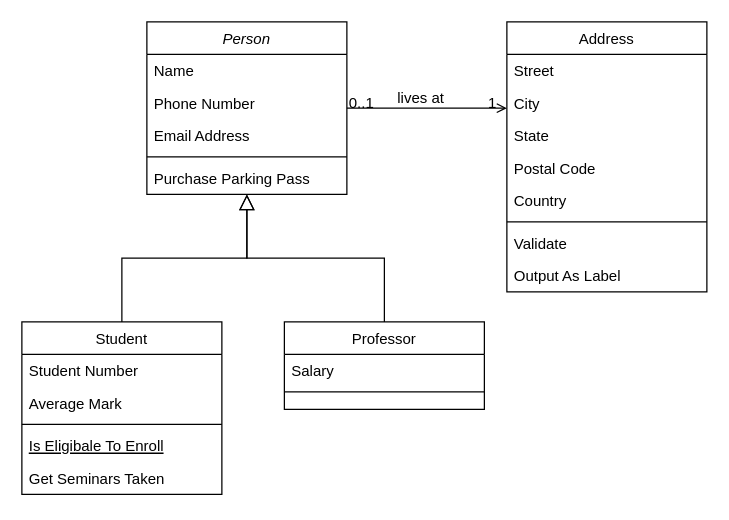
ScarboroughCoral/Draw.io.Storage keeps this draw.io diagram as 毕设-类图.drawio. Above is the earlier version. Source tidied: cells renumbered, new cells numbered last; positions are measured from the earlier drawing's top-left corner, leaving out a move shared by most shapes. Both pictures are drawn from the tidied source at 125%, with x=0, y=0 at pixel (21, 21).
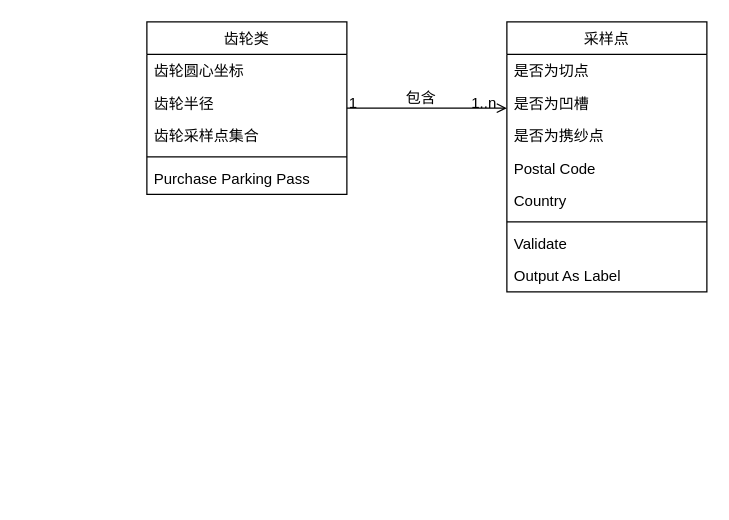
Above is the later version.

The change refers to these unchanged cells:
```xml
<mxCell id="28" style="endArrow=open;shadow=0;strokeWidth=1;strokeColor=#000000;rounded=0;endFill=1;edgeStyle=elbowEdgeStyle;elbow=vertical;" parent="1" edge="1" source="2" target="19">
  <mxGeometry x="0.5" y="41" relative="1" as="geometry">
    <mxPoint x="-40" y="32" as="offset" />
  </mxGeometry>
</mxCell>
```

Diff of the diagram source:
```diff
@@
-    <mxCell id="2" value="Person" style="swimlane;fontStyle=2;align=center;verticalAlign=top;horizontal=1;startSize=26;rounded=0;shadow=0;strokeWidth=1;" parent="1" vertex="1">
+    <mxCell id="2" value="齿轮类" style="swimlane;fontStyle=0;align=center;verticalAlign=top;horizontal=1;startSize=26;rounded=0;shadow=0;strokeWidth=1;" parent="1" vertex="1">
       <mxGeometry x="100" width="160" height="138" as="geometry" />
     </mxCell>
-    <mxCell id="3" value="Name" style="text;align=left;verticalAlign=top;spacingLeft=4;spacingRight=4;overflow=hidden;" parent="2" vertex="1">
+    <mxCell id="3" value="齿轮圆心坐标" style="text;align=left;verticalAlign=top;spacingLeft=4;spacingRight=4;overflow=hidden;" parent="2" vertex="1">
       <mxGeometry y="26" width="160" height="26" as="geometry" />
     </mxCell>
-    <mxCell id="4" value="Phone Number" style="text;align=left;verticalAlign=top;spacingLeft=4;spacingRight=4;overflow=hidden;rounded=0;shadow=0;html=0;" parent="2" vertex="1">
+    <mxCell id="4" value="齿轮半径" style="text;align=left;verticalAlign=top;spacingLeft=4;spacingRight=4;overflow=hidden;rounded=0;shadow=0;html=0;" parent="2" vertex="1">
       <mxGeometry y="52" width="160" height="26" as="geometry" />
     </mxCell>
-    <mxCell id="5" value="Email Address" style="text;align=left;verticalAlign=top;spacingLeft=4;spacingRight=4;overflow=hidden;rounded=0;shadow=0;html=0;" parent="2" vertex="1">
+    <mxCell id="5" value="齿轮采样点集合" style="text;align=left;verticalAlign=top;spacingLeft=4;spacingRight=4;overflow=hidden;rounded=0;shadow=0;html=0;" parent="2" vertex="1">
       <mxGeometry y="78" width="160" height="26" as="geometry" />
     </mxCell>
@@
-    <mxCell id="8" value="Student" style="swimlane;fontStyle=0;align=center;verticalAlign=top;horizontal=1;startSize=26;rounded=0;shadow=0;strokeWidth=1;" parent="1" vertex="1">
-      <mxGeometry y="240" width="160" height="138" as="geometry" />
-    </mxCell>
-    <mxCell id="9" value="Student Number" style="text;align=left;verticalAlign=top;spacingLeft=4;spacingRight=4;overflow=hidden;" parent="8" vertex="1">
-      <mxGeometry y="26" width="160" height="26" as="geometry" />
-    </mxCell>
-    <mxCell id="10" value="Average Mark" style="text;align=left;verticalAlign=top;spacingLeft=4;spacingRight=4;overflow=hidden;rounded=0;shadow=0;html=0;" parent="8" vertex="1">
-      <mxGeometry y="52" width="160" height="26" as="geometry" />
-    </mxCell>
-    <mxCell id="11" style="line;html=1;strokeWidth=1;align=left;verticalAlign=middle;spacingTop=-1;spacingLeft=3;spacingRight=3;labelPosition=right;" parent="8" vertex="1">
-      <mxGeometry y="78" width="160" height="8" as="geometry" />
-    </mxCell>
-    <mxCell id="12" value="Is Eligibale To Enroll" style="text;align=left;verticalAlign=top;spacingLeft=4;spacingRight=4;overflow=hidden;fontStyle=4;" parent="8" vertex="1">
-      <mxGeometry y="86" width="160" height="26" as="geometry" />
-    </mxCell>
-    <mxCell id="13" value="Get Seminars Taken" style="text;align=left;verticalAlign=top;spacingLeft=4;spacingRight=4;overflow=hidden;" parent="8" vertex="1">
-      <mxGeometry y="112" width="160" height="26" as="geometry" />
-    </mxCell>
-    <mxCell id="14" style="endArrow=block;endSize=10;endFill=0;shadow=0;strokeWidth=1;rounded=0;edgeStyle=elbowEdgeStyle;elbow=vertical;" parent="1" edge="1" source="8" target="2">
-      <mxGeometry relative="1" as="geometry" />
-    </mxCell>
-    <mxCell id="15" value="Professor" style="swimlane;fontStyle=0;align=center;verticalAlign=top;horizontal=1;startSize=26;rounded=0;shadow=0;strokeWidth=1;" parent="1" vertex="1">
-      <mxGeometry x="210" y="240" width="160" height="70" as="geometry" />
-    </mxCell>
-    <mxCell id="16" value="Salary" style="text;align=left;verticalAlign=top;spacingLeft=4;spacingRight=4;overflow=hidden;" parent="15" vertex="1">
-      <mxGeometry y="26" width="160" height="26" as="geometry" />
-    </mxCell>
-    <mxCell id="17" style="line;html=1;strokeWidth=1;align=left;verticalAlign=middle;spacingTop=-1;spacingLeft=3;spacingRight=3;labelPosition=right;" parent="15" vertex="1">
-      <mxGeometry y="52" width="160" height="8" as="geometry" />
-    </mxCell>
-    <mxCell id="18" style="endArrow=block;endSize=10;endFill=0;shadow=0;strokeWidth=1;rounded=0;edgeStyle=elbowEdgeStyle;elbow=vertical;" parent="1" edge="1" source="15" target="2">
-      <mxGeometry relative="1" as="geometry" />
-    </mxCell>
-    <mxCell id="19" value="Address" style="swimlane;fontStyle=0;align=center;verticalAlign=top;horizontal=1;startSize=26;rounded=0;shadow=0;strokeWidth=1;" parent="1" vertex="1">
+    <mxCell id="19" value="采样点" style="swimlane;fontStyle=0;align=center;verticalAlign=top;horizontal=1;startSize=26;rounded=0;shadow=0;strokeWidth=1;" parent="1" vertex="1">
       <mxGeometry x="388" width="160" height="216" as="geometry" />
     </mxCell>
-    <mxCell id="20" value="Street" style="text;align=left;verticalAlign=top;spacingLeft=4;spacingRight=4;overflow=hidden;" parent="19" vertex="1">
+    <mxCell id="20" value="是否为切点" style="text;align=left;verticalAlign=top;spacingLeft=4;spacingRight=4;overflow=hidden;" parent="19" vertex="1">
       <mxGeometry y="26" width="160" height="26" as="geometry" />
     </mxCell>
-    <mxCell id="21" value="City" style="text;align=left;verticalAlign=top;spacingLeft=4;spacingRight=4;overflow=hidden;rounded=0;shadow=0;html=0;" parent="19" vertex="1">
+    <mxCell id="21" value="是否为凹槽" style="text;align=left;verticalAlign=top;spacingLeft=4;spacingRight=4;overflow=hidden;rounded=0;shadow=0;html=0;" parent="19" vertex="1">
       <mxGeometry y="52" width="160" height="26" as="geometry" />
     </mxCell>
-    <mxCell id="22" value="State" style="text;align=left;verticalAlign=top;spacingLeft=4;spacingRight=4;overflow=hidden;rounded=0;shadow=0;html=0;" parent="19" vertex="1">
+    <mxCell id="22" value="是否为携纱点" style="text;align=left;verticalAlign=top;spacingLeft=4;spacingRight=4;overflow=hidden;rounded=0;shadow=0;html=0;" parent="19" vertex="1">
       <mxGeometry y="78" width="160" height="26" as="geometry" />
     </mxCell>
@@
-    <mxCell id="29" value="0..1" style="align=left;verticalAlign=bottom;labelBackgroundColor=none;fontSize=12;" parent="28" vertex="1">
+    <mxCell id="29" value="1" style="align=left;verticalAlign=bottom;labelBackgroundColor=none;fontSize=12;" parent="28" vertex="1">
       <mxGeometry x="-1" relative="1" as="geometry">
         <mxPoint y="4" as="offset" />
       </mxGeometry>
     </mxCell>
-    <mxCell id="30" value="1" style="align=right;verticalAlign=bottom;labelBackgroundColor=none;fontSize=12;" parent="28" vertex="1">
+    <mxCell id="30" value="1..n" style="align=right;verticalAlign=bottom;labelBackgroundColor=none;fontSize=12;" parent="28" vertex="1">
       <mxGeometry x="1" relative="1" as="geometry">
         <mxPoint x="-7" y="4" as="offset" />
       </mxGeometry>
     </mxCell>
-    <mxCell id="31" value="lives at" style="text;html=1;align=center;verticalAlign=middle;labelBackgroundColor=none;rounded=0;shadow=0;strokeWidth=1;fontSize=12;" parent="28" vertex="1">
+    <mxCell id="31" value="包含" style="text;html=1;align=center;verticalAlign=middle;labelBackgroundColor=none;rounded=0;shadow=0;strokeWidth=1;fontSize=12;" parent="28" vertex="1">
       <mxGeometry x="0.5" y="49" relative="1" as="geometry">
         <mxPoint x="-38" y="40" as="offset" />
       </mxGeometry>
     </mxCell>
```
